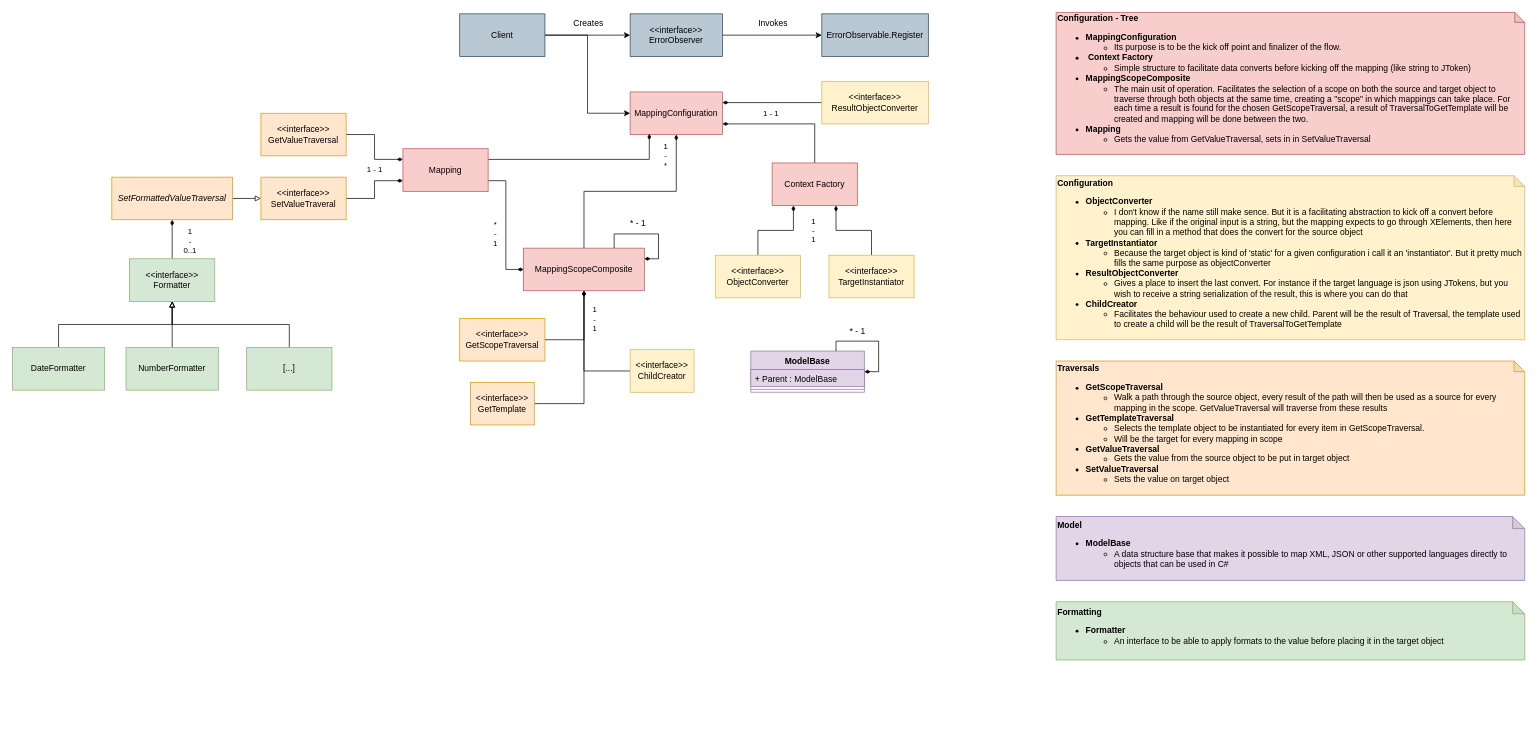
Earlier version of the draw.io diagram Mapping.drawio (DaveyvanTilburg/AdaptableMapper). Source tidied: cells renumbered, new cells numbered last; positions are measured from the earlier drawing's top-left corner, leaving out a move shared by most shapes. Both pictures are drawn from the tidied source at 71%, with x=0, y=0 at pixel (12, 12).
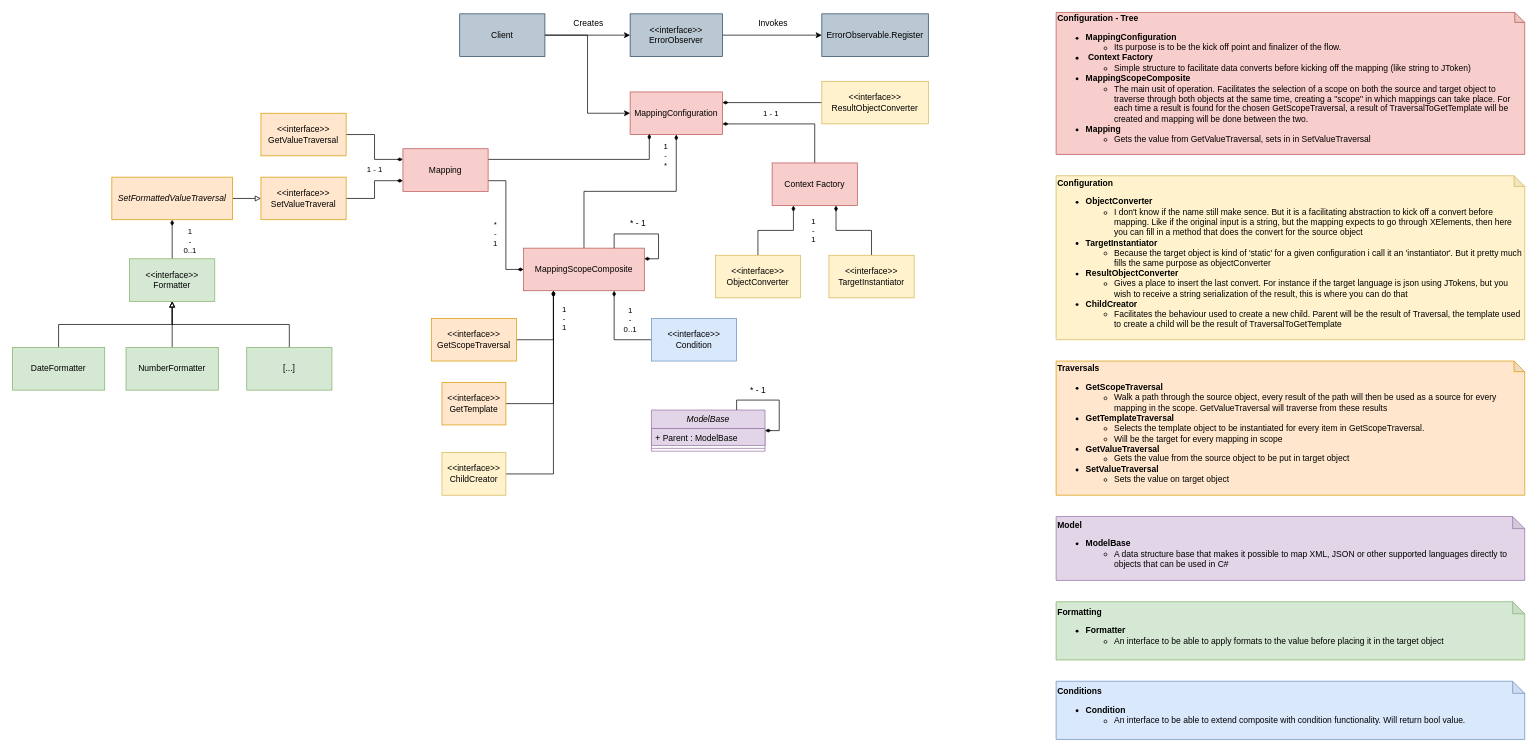
After the change.

The change refers to these unchanged cells:
```xml
<mxCell id="21" value="MappingScopeComposite" style="rounded=0;whiteSpace=wrap;html=1;fillColor=#f8cecc;strokeColor=#b85450;" parent="1" vertex="1">
  <mxGeometry x="720" y="332" width="170" height="60" as="geometry" />
</mxCell>
```

Change to the diagram source:
```diff
@@
-    <mxCell id="18" style="edgeStyle=orthogonalEdgeStyle;rounded=0;jettySize=auto;html=1;exitX=0.5;exitY=1;exitDx=0;exitDy=0;entryX=1;entryY=0.5;entryDx=0;entryDy=0;startArrow=diamondThin;startFill=1;endArrow=none;endFill=0;" parent="1" edge="1" source="21" target="27">
+    <mxCell id="18" style="edgeStyle=orthogonalEdgeStyle;rounded=0;jettySize=auto;html=1;entryX=1;entryY=0.5;entryDx=0;entryDy=0;startArrow=diamondThin;startFill=1;endArrow=none;endFill=0;" parent="1" edge="1" source="21" target="27">
       <mxGeometry relative="1" as="geometry">
         <Array as="points">
-          <mxPoint x="805" y="551" />
+          <mxPoint x="762" y="551" />
         </Array>
       </mxGeometry>
     </mxCell>
-    <mxCell id="19" style="edgeStyle=orthogonalEdgeStyle;rounded=0;jettySize=auto;html=1;exitX=0.5;exitY=1;exitDx=0;exitDy=0;entryX=0;entryY=0.5;entryDx=0;entryDy=0;startArrow=diamondThin;startFill=1;endArrow=none;endFill=0;" parent="1" edge="1" source="21" target="28">
+    <mxCell id="19" style="edgeStyle=orthogonalEdgeStyle;rounded=0;jettySize=auto;html=1;entryX=1;entryY=0.5;entryDx=0;entryDy=0;startArrow=diamondThin;startFill=1;endArrow=none;endFill=0;" parent="1" edge="1" source="21" target="28">
       <mxGeometry relative="1" as="geometry">
         <Array as="points">
-          <mxPoint x="805" y="505" />
+          <mxPoint x="762" y="650" />
         </Array>
       </mxGeometry>
     </mxCell>
-    <mxCell id="20" value="1&lt;br&gt;-&lt;br&gt;1" style="edgeStyle=orthogonalEdgeStyle;rounded=0;jettySize=auto;html=1;exitX=0.5;exitY=1;exitDx=0;exitDy=0;entryX=1;entryY=0.5;entryDx=0;entryDy=0;startArrow=diamondThin;startFill=1;endArrow=none;endFill=0;" parent="1" edge="1" source="21" target="26">
+    <mxCell id="20" value="1&lt;br&gt;-&lt;br&gt;1" style="edgeStyle=orthogonalEdgeStyle;rounded=0;jettySize=auto;html=1;entryX=1;entryY=0.5;entryDx=0;entryDy=0;startArrow=diamondThin;startFill=1;endArrow=none;endFill=0;" parent="1" edge="1" source="21" target="26">
       <mxGeometry x="-0.35" y="15" relative="1" as="geometry">
         <Array as="points">
-          <mxPoint x="805" y="461" />
+          <mxPoint x="762" y="461" />
         </Array>
       </mxGeometry>
     </mxCell>
@@
     <mxCell id="26" value="&amp;lt;&amp;lt;interface&amp;gt;&amp;gt;&lt;br&gt;GetScopeTraversal" style="rounded=0;whiteSpace=wrap;html=1;fillColor=#ffe6cc;strokeColor=#d79b00;" parent="1" vertex="1">
-      <mxGeometry x="630" y="431" width="120" height="60" as="geometry" />
+      <mxGeometry x="590" y="431" width="120" height="60" as="geometry" />
     </mxCell>
     <mxCell id="27" value="&amp;lt;&amp;lt;interface&amp;gt;&amp;gt;&lt;br&gt;GetTemplate" style="rounded=0;whiteSpace=wrap;html=1;fillColor=#ffe6cc;strokeColor=#d79b00;" parent="1" vertex="1">
-      <mxGeometry x="645" y="521" width="90" height="60" as="geometry" />
+      <mxGeometry x="605" y="521" width="90" height="60" as="geometry" />
     </mxCell>
     <mxCell id="28" value="&amp;lt;&amp;lt;interface&amp;gt;&amp;gt;&lt;br&gt;ChildCreator" style="rounded=0;whiteSpace=wrap;html=1;fillColor=#fff2cc;strokeColor=#d6b656;" parent="1" vertex="1">
-      <mxGeometry x="870" y="475" width="90" height="60" as="geometry" />
+      <mxGeometry x="605" y="620" width="90" height="60" as="geometry" />
     </mxCell>
-    <mxCell id="29" value="ModelBase" style="swimlane;fontStyle=1;align=center;verticalAlign=top;horizontal=1;startSize=26;fillColor=#e1d5e7;strokeColor=#9673a6;" parent="1" vertex="1">
-      <mxGeometry x="1040" y="477" width="160" height="58" as="geometry" />
+    <mxCell id="29" value="ModelBase" style="swimlane;fontStyle=2;align=center;verticalAlign=top;horizontal=1;startSize=26;fillColor=#e1d5e7;strokeColor=#9673a6;" parent="1" vertex="1">
+      <mxGeometry x="900" y="560" width="160" height="58" as="geometry" />
     </mxCell>
@@
     <mxCell id="32" style="edgeStyle=orthogonalEdgeStyle;rounded=0;orthogonalLoop=1;jettySize=auto;html=1;exitX=1;exitY=0.5;exitDx=0;exitDy=0;entryX=0.75;entryY=0;entryDx=0;entryDy=0;startArrow=diamondThin;startFill=1;endArrow=none;endFill=0;" parent="1" edge="1" source="29" target="29">
       <mxGeometry relative="1" as="geometry">
         <Array as="points">
-          <mxPoint x="1220" y="506" />
-          <mxPoint x="1220" y="463" />
-          <mxPoint x="1160" y="463" />
+          <mxPoint x="1080" y="589" />
+          <mxPoint x="1080" y="546" />
+          <mxPoint x="1020" y="546" />
         </Array>
       </mxGeometry>
     </mxCell>
@@
+    <mxCell id="56" value="&lt;div&gt;&lt;b&gt;Conditions&lt;/b&gt;&lt;/div&gt;&lt;ul&gt;&lt;li&gt;&lt;span&gt;&lt;b&gt;Condition&lt;/b&gt;&lt;/span&gt;&lt;/li&gt;&lt;ul&gt;&lt;li&gt;&lt;span&gt;An interface to be able to extend composite with condition functionality. Will return bool value.&lt;/span&gt;&lt;/li&gt;&lt;/ul&gt;&lt;/ul&gt;" style="shape=note;whiteSpace=wrap;html=1;backgroundOutline=1;darkOpacity=0.05;size=17;fillColor=#dae8fc;strokeColor=#6c8ebf;align=left;" parent="1" vertex="1">
+      <mxGeometry x="1470" y="942" width="660" height="82" as="geometry" />
+    </mxCell>
+    <mxCell id="57" value="1&lt;br&gt;-&lt;br&gt;0..1" style="edgeStyle=orthogonalEdgeStyle;rounded=0;jettySize=auto;html=1;exitX=0;exitY=0.5;exitDx=0;exitDy=0;entryX=0.75;entryY=1;entryDx=0;entryDy=0;endArrow=diamondThin;endFill=1;" parent="1" edge="1" source="58" target="21">
+      <mxGeometry x="0.34" y="-22" relative="1" as="geometry" />
+    </mxCell>
+    <mxCell id="58" value="&amp;lt;&amp;lt;interface&amp;gt;&amp;gt;&lt;br&gt;Condition" style="rounded=0;whiteSpace=wrap;html=1;fillColor=#dae8fc;strokeColor=#6c8ebf;" parent="1" vertex="1">
+      <mxGeometry x="900" y="431" width="120" height="60" as="geometry" />
+    </mxCell>
```
